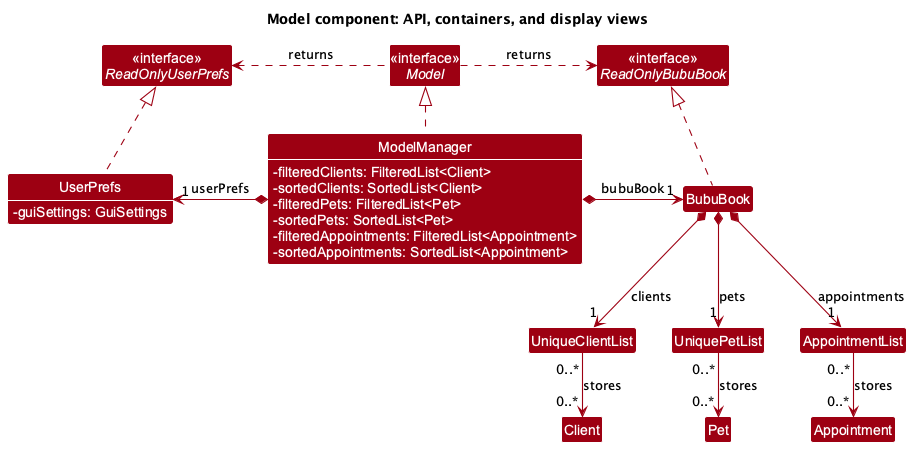
Before: docs/images/ModelClassDiagram.png, a diagram exported from PlantUML (0218hy/tp). Its diagram source:
```plantuml
@startuml
!define MODEL_COLOR #9D0012
skinparam style strictuml
skinparam arrowThickness 1.1
skinparam arrowColor MODEL_COLOR
skinparam classBackgroundColor MODEL_COLOR
skinparam class {
    FontColor #FFFFFF
    FontSize 16
    BorderThickness 1
    BorderColor #FFFFFF
    StereotypeFontColor #FFFFFF
    FontName Arial
    AttributeFontColor #FFFFFF
    AttributeFontSize 14
    AttributeFontName Arial
}
skinparam noteFontSize 14
skinparam interfaceFontStyle plain
skinparam classStereotypeFontStyle plain
skinparam DefaultTextAlignment center
skinparam Shadowing false
skinparam nodesep 35
skinparam ranksep 45
hide circle
hide empty members
skinparam classAttributeIconSize 0

title Model component: API, containers, and display views

interface Model <<interface>>
interface ReadOnlyBubuBook <<interface>>
interface ReadOnlyUserPrefs <<interface>>

class ModelManager {
    - filteredClients: FilteredList<Client>
    - sortedClients: SortedList<Client>
    - filteredPets: FilteredList<Pet>
    - sortedPets: SortedList<Pet>
    - filteredAppointments: FilteredList<Appointment>
    - sortedAppointments: SortedList<Appointment>
}

class UserPrefs {
    - guiSettings: GuiSettings
}

class BubuBook
class UniqueClientList
class UniquePetList
class AppointmentList
class Client
class Pet
class Appointment

ModelManager .up.|> Model
BubuBook .up.|> ReadOnlyBubuBook
UserPrefs .up.|> ReadOnlyUserPrefs
Model .right.> ReadOnlyBubuBook : returns
Model .left.> ReadOnlyUserPrefs : returns
ModelManager *-right-> "1" BubuBook : bubuBook
ModelManager *-left-> "1" UserPrefs : userPrefs

BubuBook *-down-> "1" UniqueClientList : clients
BubuBook *-down-> "1" UniquePetList : pets
BubuBook *-down-> "1" AppointmentList : appointments

UniqueClientList "0..*" --> "0..*" Client : stores
UniquePetList "0..*" --> "0..*" Pet : stores
AppointmentList "0..*" --> "0..*" Appointment : stores

@enduml
```
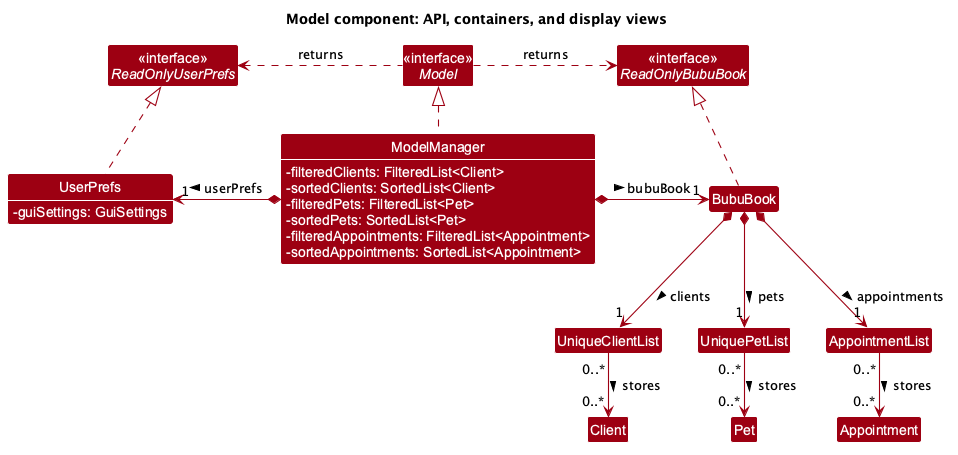
After the change.

Commit message:
Refine class diagrams for model component in DG

Diff of the diagram source:
```diff
@@ -58,15 +58,15 @@
 UserPrefs .up.|> ReadOnlyUserPrefs
 Model .right.> ReadOnlyBubuBook : returns
 Model .left.> ReadOnlyUserPrefs : returns
-ModelManager *-right-> "1" BubuBook : bubuBook
-ModelManager *-left-> "1" UserPrefs : userPrefs
+ModelManager *-right-> "1" BubuBook : bubuBook >
+ModelManager *-left-> "1" UserPrefs : userPrefs >
 
-BubuBook *-down-> "1" UniqueClientList : clients
-BubuBook *-down-> "1" UniquePetList : pets
-BubuBook *-down-> "1" AppointmentList : appointments
+BubuBook *-down-> "1" UniqueClientList : clients >
+BubuBook *-down-> "1" UniquePetList : pets >
+BubuBook *-down-> "1" AppointmentList : appointments >
 
-UniqueClientList "0..*" --> "0..*" Client : stores
-UniquePetList "0..*" --> "0..*" Pet : stores
-AppointmentList "0..*" --> "0..*" Appointment : stores
+UniqueClientList "0..*" --> "0..*" Client : stores >
+UniquePetList "0..*" --> "0..*" Pet : stores >
+AppointmentList "0..*" --> "0..*" Appointment : stores >
 
 @enduml
```
